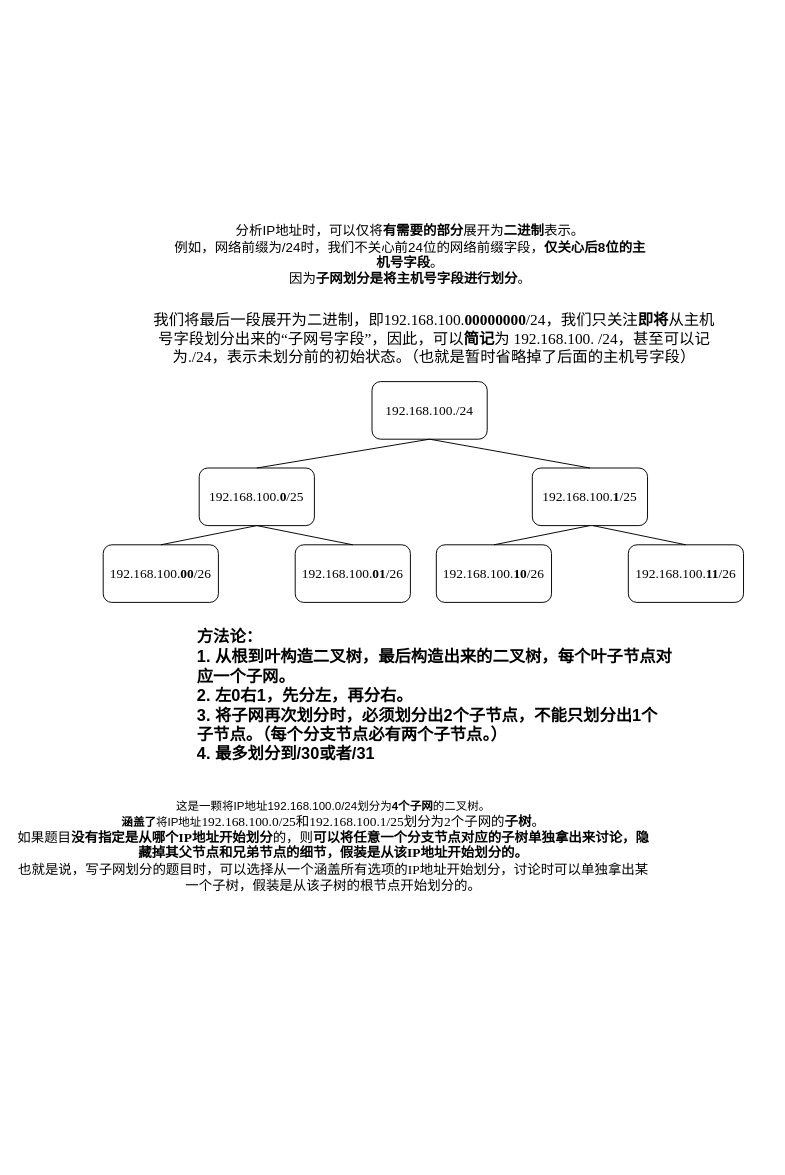
Earlier version of the draw.io diagram 绘图/变长掩码子网划分.drawio (galaxynn/PostgraduateEntranceExams). Source tidied: cells renumbered, new cells numbered last; positions are measured from the earlier drawing's top-left corner, leaving out a move shared by most shapes. Both pictures are drawn from the tidied source at 96%, with x=0, y=0 at pixel (16, 228).
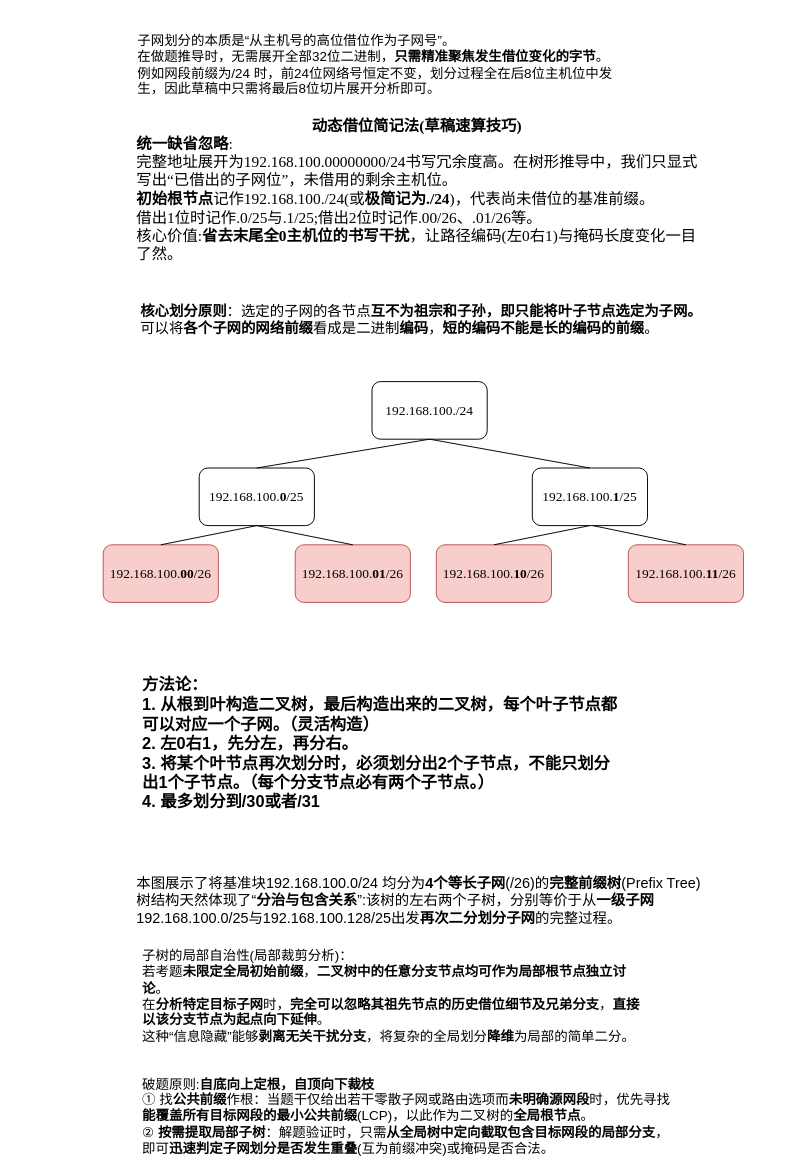
The same diagram, later.

Commit message:
vault backup: 2026-09-28 16:59:35

The edit, as a diff of the source:
```diff
@@
-    <mxCell id="4" value="&lt;font style=&quot;font-size: 14px;&quot;&gt;分析IP地址时，可以仅将&lt;b style=&quot;&quot;&gt;有需要的部分&lt;/b&gt;展开为&lt;b style=&quot;&quot;&gt;二进制&lt;/b&gt;表示。&lt;br&gt;例如，网络前缀为/24时，我们不关心前24位的网络前缀字段，&lt;b style=&quot;&quot;&gt;仅关心后8位的主机号字段&lt;/b&gt;。&lt;br&gt;因为&lt;b style=&quot;&quot;&gt;子网划分是将主机号字段进行划分&lt;/b&gt;。&lt;/font&gt;&lt;div&gt;&lt;br&gt;&lt;/div&gt;" style="text;html=1;align=center;verticalAlign=middle;whiteSpace=wrap;rounded=0;" parent="1" vertex="1">
-      <mxGeometry x="160" width="500" height="70" as="geometry" />
+    <mxCell id="4" value="&lt;div style=&quot;&quot;&gt;&lt;span style=&quot;font-size: 14px;&quot;&gt;子网划分的本质是“从主机号的高位借位作为子网号”。&lt;/span&gt;&lt;/div&gt;&lt;div&gt;&lt;span style=&quot;font-size: 14px;&quot;&gt;在做题推导时，无需展开全部32位二进制，&lt;b&gt;只需精准聚焦发生借位变化的字节&lt;/b&gt;。例如网段前缀为/24 时，前24位网络号恒定不变，&lt;/span&gt;&lt;span style=&quot;font-size: 14px; background-color: transparent; color: light-dark(rgb(0, 0, 0), rgb(255, 255, 255));&quot;&gt;划分过程全在后8位主机位中发生，因此草稿中只需将最后8位切片展开分析即可。&lt;/span&gt;&lt;/div&gt;" style="text;html=1;align=left;verticalAlign=middle;whiteSpace=wrap;rounded=0;" parent="1" vertex="1">
+      <mxGeometry x="123.5" y="-220" width="500" height="100" as="geometry" />
     </mxCell>
-    <mxCell id="5" value="&lt;span style=&quot;font-family: &amp;quot;Times New Roman&amp;quot;;&quot;&gt;&lt;font style=&quot;font-size: 16px;&quot;&gt;我们将最后一段展开为二进制，即192.168.100.&lt;b style=&quot;&quot;&gt;00000000&lt;/b&gt;/24，我们只关注&lt;b&gt;即将&lt;/b&gt;从主机号字段划分出来的“子网号字段”，因此，可以&lt;b&gt;简记&lt;/b&gt;为 192.168.100.&lt;b style=&quot;&quot;&gt; &lt;/b&gt;/24，甚至可以记为./24，表示未划分前的初始状态。（也就是暂时省略掉了后面的主机号字段）&lt;/font&gt;&lt;/span&gt;" style="text;html=1;align=center;verticalAlign=middle;whiteSpace=wrap;rounded=0;" parent="1" vertex="1">
-      <mxGeometry x="140" y="90" width="590" height="50" as="geometry" />
+    <mxCell id="5" value="&lt;div&gt;&lt;font face=&quot;Times New Roman&quot;&gt;&lt;span style=&quot;font-size: 16px;&quot;&gt;&lt;b&gt;动态借位简记法(草稿速算技巧)&amp;nbsp;&lt;/b&gt;&lt;br&gt;&lt;div style=&quot;text-align: left;&quot;&gt;&lt;span style=&quot;background-color: transparent; color: light-dark(rgb(0, 0, 0), rgb(255, 255, 255));&quot;&gt;&lt;b&gt;统一缺省忽略&lt;/b&gt;:&lt;/span&gt;&lt;/div&gt;&lt;/span&gt;&lt;/font&gt;&lt;/div&gt;&lt;div style=&quot;text-align: left;&quot;&gt;&lt;font face=&quot;Times New Roman&quot;&gt;&lt;span style=&quot;font-size: 16px;&quot;&gt;完整地址展开为192.168.100.00000000/24书写冗余度高。在树形推导中，我们只显式写出“已借出的子网位”，未借用的剩余主机位。&lt;/span&gt;&lt;/font&gt;&lt;/div&gt;&lt;div style=&quot;text-align: left;&quot;&gt;&lt;font face=&quot;Times New Roman&quot;&gt;&lt;span style=&quot;font-size: 16px;&quot;&gt;&lt;b&gt;初始根节点&lt;/b&gt;记作192.168.100./24(或&lt;b&gt;极简记为./24&lt;/b&gt;)，代表尚未借位的基准前缀。&lt;/span&gt;&lt;/font&gt;&lt;/div&gt;&lt;div style=&quot;text-align: left;&quot;&gt;&lt;font face=&quot;Times New Roman&quot;&gt;&lt;span style=&quot;font-size: 16px;&quot;&gt;借出1位时记作.0/25与.1/25;借出2位时记作.00/26、.01/26等。&lt;/span&gt;&lt;/font&gt;&lt;/div&gt;&lt;div style=&quot;text-align: left;&quot;&gt;&lt;font face=&quot;Times New Roman&quot;&gt;&lt;span style=&quot;font-size: 16px;&quot;&gt;核心价值:&lt;b&gt;省去末尾全0主机位的书写干扰&lt;/b&gt;，让路径编码(左0右1)与掩码长度变化一目了然。&lt;/span&gt;&lt;/font&gt;&lt;/div&gt;" style="text;html=1;align=center;verticalAlign=middle;whiteSpace=wrap;rounded=0;" parent="1" vertex="1">
+      <mxGeometry x="123.5" y="-120" width="590" height="160" as="geometry" />
     </mxCell>
-    <mxCell id="6" value="&lt;font face=&quot;Times New Roman&quot;&gt;192.168.100.&lt;b&gt;00&lt;/b&gt;/26&lt;/font&gt;" style="rounded=1;whiteSpace=wrap;html=1;fontSize=14;fontFamily=Helvetica;" parent="1" vertex="1">
+    <mxCell id="6" value="&lt;font face=&quot;Times New Roman&quot;&gt;192.168.100.&lt;b&gt;00&lt;/b&gt;/26&lt;/font&gt;" style="rounded=1;whiteSpace=wrap;html=1;fontSize=14;fontFamily=Helvetica;fillColor=#f8cecc;strokeColor=#b85450;" parent="1" vertex="1">
       <mxGeometry x="90" y="330" width="120" height="60" as="geometry" />
     </mxCell>
-    <mxCell id="7" value="&lt;font face=&quot;Times New Roman&quot;&gt;192.168.100.&lt;b&gt;01&lt;/b&gt;/26&lt;/font&gt;" style="rounded=1;whiteSpace=wrap;html=1;fontSize=14;fontFamily=Helvetica;" parent="1" vertex="1">
+    <mxCell id="7" value="&lt;font face=&quot;Times New Roman&quot;&gt;192.168.100.&lt;b&gt;01&lt;/b&gt;/26&lt;/font&gt;" style="rounded=1;whiteSpace=wrap;html=1;fontSize=14;fontFamily=Helvetica;fillColor=#f8cecc;strokeColor=#b85450;" parent="1" vertex="1">
       <mxGeometry x="290" y="330" width="120" height="60" as="geometry" />
     </mxCell>
@@
-    <mxCell id="9" value="&lt;font face=&quot;Times New Roman&quot;&gt;192.168.100.&lt;b&gt;10&lt;/b&gt;/26&lt;/font&gt;" style="rounded=1;whiteSpace=wrap;html=1;fontSize=14;fontFamily=Helvetica;" parent="1" vertex="1">
+    <mxCell id="9" value="&lt;font face=&quot;Times New Roman&quot;&gt;192.168.100.&lt;b&gt;10&lt;/b&gt;/26&lt;/font&gt;" style="rounded=1;whiteSpace=wrap;html=1;fontSize=14;fontFamily=Helvetica;fillColor=#f8cecc;strokeColor=#b85450;" parent="1" vertex="1">
       <mxGeometry x="437" y="330" width="120" height="60" as="geometry" />
     </mxCell>
-    <mxCell id="10" value="&lt;font face=&quot;Times New Roman&quot;&gt;192.168.100.&lt;b&gt;11&lt;/b&gt;/26&lt;/font&gt;" style="rounded=1;whiteSpace=wrap;html=1;fontSize=14;fontFamily=Helvetica;" parent="1" vertex="1">
+    <mxCell id="10" value="&lt;font face=&quot;Times New Roman&quot;&gt;192.168.100.&lt;b&gt;11&lt;/b&gt;/26&lt;/font&gt;" style="rounded=1;whiteSpace=wrap;html=1;fontSize=14;fontFamily=Helvetica;fillColor=#f8cecc;strokeColor=#b85450;" parent="1" vertex="1">
       <mxGeometry x="637" y="330" width="120" height="60" as="geometry" />
     </mxCell>
@@
-    <mxCell id="17" value="&lt;font style=&quot;font-size: 17px;&quot; face=&quot;华文中宋&quot;&gt;&lt;b&gt;方法论：&lt;br&gt;1. 从根到叶构造二叉树，最后构造出来的二叉树，每个叶子节点对应一个子网。&lt;br&gt;2. 左0右1，先分左，再分右。&lt;br&gt;3. 将子网再次划分时，必须划分出2个子节点，不能只划分出1个子节点。（&lt;/b&gt;&lt;/font&gt;&lt;b style=&quot;font-family: 华文中宋; font-size: 17px;&quot;&gt;每个分支节点必有两个子节点。&lt;/b&gt;&lt;font style=&quot;font-size: 17px;&quot; face=&quot;华文中宋&quot;&gt;&lt;b&gt;）&lt;br&gt;4. 最多划分到/30或者/31&lt;/b&gt;&lt;/font&gt;" style="text;html=1;align=left;verticalAlign=middle;whiteSpace=wrap;rounded=0;" parent="1" vertex="1">
-      <mxGeometry x="186" y="410" width="498" height="155" as="geometry" />
+    <mxCell id="17" value="&lt;font style=&quot;font-size: 17px;&quot; face=&quot;华文中宋&quot;&gt;&lt;b&gt;方法论：&lt;br&gt;1. 从根到叶构造二叉树，最后构造出来的二叉树，每个叶子节点都可以对应一个子网。（灵活构造）&lt;br&gt;2. 左0右1，先分左，再分右。&lt;br&gt;3. 将某个叶节点再次划分时，必须划分出2个子节点，不能只划分出1个子节点。（&lt;/b&gt;&lt;/font&gt;&lt;b style=&quot;font-family: 华文中宋; font-size: 17px;&quot;&gt;每个分支节点必有两个子节点。&lt;/b&gt;&lt;font style=&quot;font-size: 17px;&quot; face=&quot;华文中宋&quot;&gt;&lt;b&gt;）&lt;br&gt;4. 最多划分到/30或者/31&lt;/b&gt;&lt;/font&gt;" style="text;html=1;align=left;verticalAlign=middle;whiteSpace=wrap;rounded=0;" parent="1" vertex="1">
+      <mxGeometry x="128.5" y="460" width="498" height="155" as="geometry" />
     </mxCell>
-    <mxCell id="18" value="这是一颗将IP地址192.168.100.0/24划分为&lt;b&gt;4个子网&lt;/b&gt;的二叉树。&lt;br&gt;&lt;b&gt;涵盖了&lt;/b&gt;将IP地址&lt;span style=&quot;font-family: &amp;quot;Times New Roman&amp;quot;; font-size: 14px;&quot;&gt;192.168.100.0&lt;/span&gt;&lt;span style=&quot;font-family: &amp;quot;Times New Roman&amp;quot;; font-size: 14px;&quot;&gt;/25和&lt;/span&gt;&lt;span style=&quot;font-family: &amp;quot;Times New Roman&amp;quot;; font-size: 14px;&quot;&gt;192.168.100.&lt;/span&gt;&lt;span style=&quot;font-family: &amp;quot;Times New Roman&amp;quot;; font-size: 14px;&quot;&gt;1&lt;/span&gt;&lt;span style=&quot;font-family: &amp;quot;Times New Roman&amp;quot;; font-size: 14px;&quot;&gt;/25划分为2个子网的&lt;b&gt;子树&lt;/b&gt;。&lt;br&gt;&lt;/span&gt;&lt;span style=&quot;font-family: &amp;quot;Times New Roman&amp;quot;; font-size: 14px;&quot;&gt;如果题目&lt;b&gt;没有指定是从哪个IP地址开始划分&lt;/b&gt;的，则&lt;b&gt;可以将任意一个分支节点对应的子树单独拿出来讨论，隐藏掉其父节点和兄弟节点的细节，假装是从该IP地址开始划分的。&lt;br&gt;&lt;/b&gt;&lt;/span&gt;&lt;span style=&quot;font-family: &amp;quot;Times New Roman&amp;quot;; font-size: 14px;&quot;&gt;也就是说，写子网划分的题目时，可以选择从一个涵盖所有选项的IP地址开始划分，讨论时可以单独拿出某一个子树，假装是从该子树的根节点开始划分的。&lt;/span&gt;" style="text;html=1;align=center;verticalAlign=middle;whiteSpace=wrap;rounded=0;" parent="1" vertex="1">
-      <mxGeometry y="600" width="660" height="90" as="geometry" />
+    <mxCell id="18" value="&lt;div style=&quot;text-align: left;&quot;&gt;&lt;font style=&quot;font-size: 15px;&quot;&gt;本图展示了将基准块192.168.100.0/24 均分为&lt;b style=&quot;&quot;&gt;4个等长子网&lt;/b&gt;(/26)的&lt;b style=&quot;&quot;&gt;完整前缀树&lt;/b&gt;(Prefix Tree)&lt;/font&gt;&lt;/div&gt;&lt;div style=&quot;text-align: left;&quot;&gt;&lt;font style=&quot;font-size: 15px;&quot;&gt;树结构天然体现了“&lt;b style=&quot;&quot;&gt;分治与包含关系&lt;/b&gt;”:该树的左右两个子树，分别等价于从&lt;b style=&quot;&quot;&gt;一级子网&lt;/b&gt; 192.168.100.0/25与192.168.100.128/25出&lt;span style=&quot;background-color: transparent; color: light-dark(rgb(0, 0, 0), rgb(255, 255, 255));&quot;&gt;发&lt;b style=&quot;&quot;&gt;再次二分划分子网&lt;/b&gt;的完整过程。&lt;/span&gt;&lt;/font&gt;&lt;/div&gt;" style="text;html=1;align=center;verticalAlign=middle;whiteSpace=wrap;rounded=0;" parent="1" vertex="1">
+      <mxGeometry x="123.5" y="660" width="660" height="80" as="geometry" />
     </mxCell>
+    <mxCell id="19" value="&lt;font style=&quot;font-size: 15px;&quot;&gt;&lt;b style=&quot;&quot;&gt;核心划分原则&lt;/b&gt;：选定的子网的各节点&lt;b style=&quot;&quot;&gt;互不为祖宗和子孙，即只能将叶子节点选定为子网。&lt;/b&gt;&lt;br&gt;&lt;/font&gt;&lt;div style=&quot;text-align: left;&quot;&gt;&lt;span style=&quot;background-color: transparent; color: light-dark(rgb(0, 0, 0), rgb(255, 255, 255));&quot;&gt;&lt;font style=&quot;font-size: 15px;&quot;&gt;可以将&lt;b style=&quot;&quot;&gt;各个子网的网络前缀&lt;/b&gt;看成是二进制&lt;b style=&quot;&quot;&gt;编码&lt;/b&gt;，&lt;b style=&quot;&quot;&gt;短的编码不能是长的编码的前缀&lt;/b&gt;。&lt;/font&gt;&lt;/span&gt;&lt;/div&gt;" style="text;html=1;align=center;verticalAlign=middle;whiteSpace=wrap;rounded=0;" parent="1" vertex="1">
+      <mxGeometry x="123.5" y="70" width="595" height="50" as="geometry" />
+    </mxCell>
+    <mxCell id="20" value="&lt;div&gt;&lt;font style=&quot;font-size: 14px;&quot;&gt;子树的局部自治性(局部裁剪分析)：&lt;/font&gt;&lt;/div&gt;&lt;div&gt;&lt;font style=&quot;font-size: 14px;&quot;&gt;若考题&lt;b&gt;未限定全局初始前缀&lt;/b&gt;，&lt;b&gt;二叉树中的任意分支节点均可作为局部根节点独立讨论&lt;/b&gt;。&lt;/font&gt;&lt;/div&gt;&lt;div&gt;&lt;font style=&quot;font-size: 14px;&quot;&gt;在&lt;b&gt;分析特定目标子网&lt;/b&gt;时，&lt;b&gt;完全可以忽略其祖先节点的历史借位细节及兄弟分支&lt;/b&gt;，&lt;b&gt;直接以该分支节点为起点向下延伸&lt;/b&gt;。&lt;/font&gt;&lt;/div&gt;&lt;div&gt;&lt;font style=&quot;font-size: 14px;&quot;&gt;这种“信息隐藏”能够&lt;b&gt;剥离无关干扰分支&lt;/b&gt;，将复杂的全局划分&lt;b&gt;降维&lt;/b&gt;为局部的简单二分。&lt;/font&gt;&lt;/div&gt;" style="text;html=1;align=left;verticalAlign=middle;whiteSpace=wrap;rounded=0;" parent="1" vertex="1">
+      <mxGeometry x="128.5" y="750" width="521.5" height="100" as="geometry" />
+    </mxCell>
+    <mxCell id="21" value="&lt;div&gt;&lt;font style=&quot;font-size: 14px;&quot;&gt;破题原则:&lt;b style=&quot;&quot;&gt;自底向上定根，自顶向下裁枝&lt;/b&gt;&lt;/font&gt;&lt;/div&gt;&lt;div&gt;&lt;font style=&quot;font-size: 14px;&quot;&gt;① 找&lt;b&gt;公共前缀&lt;/b&gt;作根：当题干仅给出若干零散子网或路由选项而&lt;b&gt;未明确源网段&lt;/b&gt;时，优先寻找&lt;b&gt;能覆盖所有目标网段的最小公共前缀&lt;/b&gt;&lt;span style=&quot;background-color: transparent; color: light-dark(rgb(0, 0, 0), rgb(255, 255, 255));&quot;&gt;(LCP)，以此作为二叉树的&lt;b&gt;全局根节点&lt;/b&gt;。&lt;/span&gt;&lt;/font&gt;&lt;/div&gt;&lt;div&gt;&lt;font style=&quot;font-size: 14px;&quot;&gt;② &lt;b&gt;按需提取局部子树&lt;/b&gt;：解题验证时，只需&lt;b&gt;从全局树中定向截取包含目标网段的局部分支&lt;/b&gt;，即可&lt;b&gt;迅速判定子网划分是否发生重叠&lt;/b&gt;(互为&lt;span style=&quot;background-color: transparent; color: light-dark(rgb(0, 0, 0), rgb(255, 255, 255));&quot;&gt;前缀冲突)或掩码是否合法。&lt;/span&gt;&lt;/font&gt;&lt;/div&gt;" style="text;html=1;align=left;verticalAlign=middle;whiteSpace=wrap;rounded=0;" parent="1" vertex="1">
+      <mxGeometry x="128.5" y="880" width="560" height="90" as="geometry" />
+    </mxCell>
```
